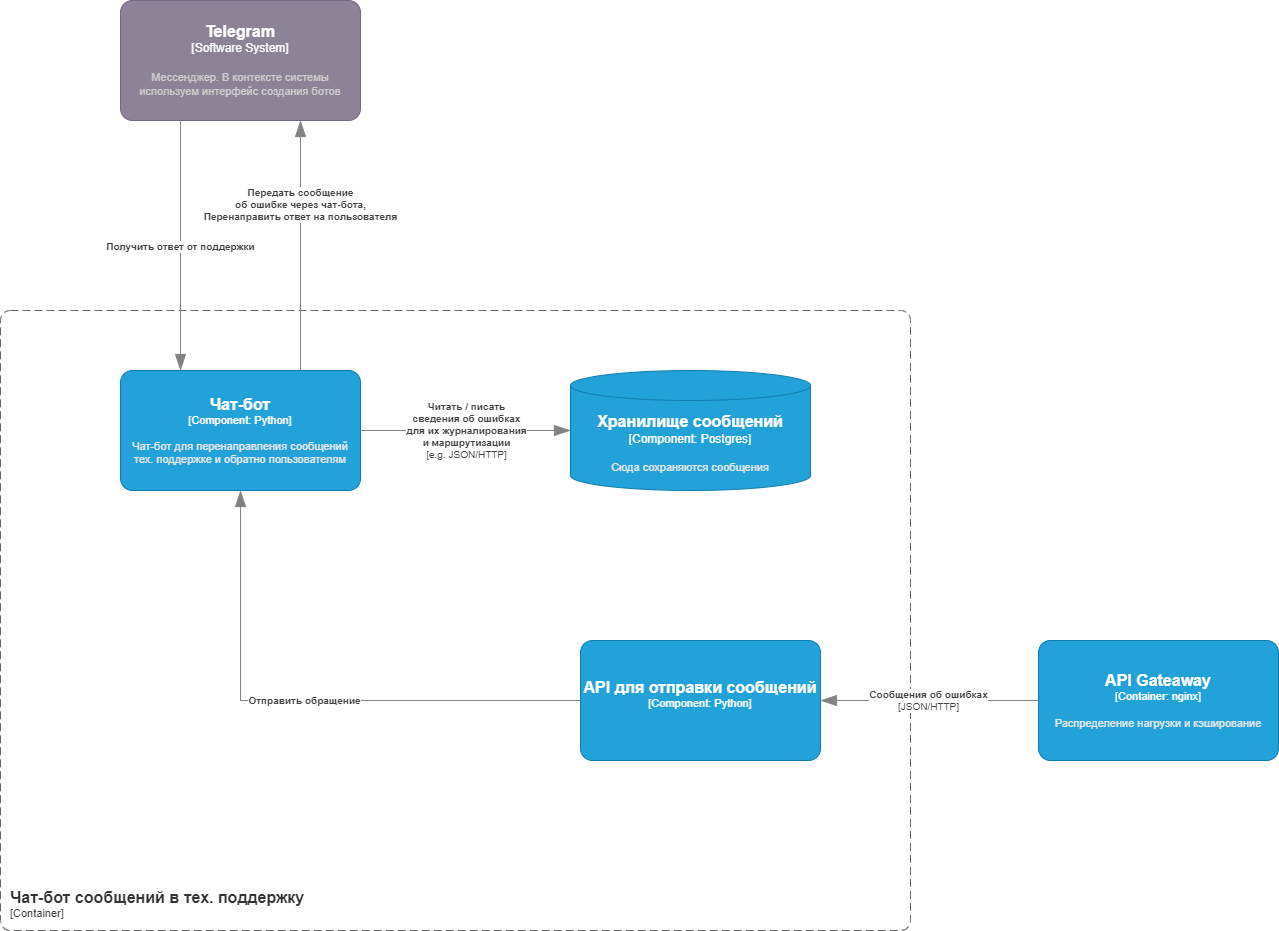
Before: Lab Work №2/docs/SSAD 2-4.png, a diagram exported from draw.io (yunas-x/Diploma). Source tidied: cells renumbered, new cells last; positions are measured from the earlier drawing's top-left corner, leaving out a move shared by most shapes. The source it was exported from:
```xml
<mxGraphModel>
  <root>
    <mxCell id="0" />
    <mxCell id="1" parent="0" />
    <object id="2" label="&lt;font style=&quot;font-size: 16px&quot;&gt;&lt;b&gt;&lt;div style=&quot;text-align: left&quot;&gt;%c4Name%&lt;/div&gt;&lt;/b&gt;&lt;/font&gt;&lt;div style=&quot;text-align: left&quot;&gt;[%c4Application%]&lt;/div&gt;" c4Application="Container" c4Name="Чат-бот сообщений в тех. поддержку" c4Type="ContainerScopeBoundary" placeholders="1">
      <mxCell style="rounded=1;fontSize=11;whiteSpace=wrap;html=1;dashed=1;arcSize=20;fillColor=none;strokeColor=#666666;fontColor=#333333;labelBackgroundColor=none;align=left;verticalAlign=bottom;labelBorderColor=none;spacingTop=0;spacing=10;dashPattern=8 4;perimeter=rectanglePerimeter;noLabel=0;labelPadding=0;absoluteArcSize=1;" parent="1" vertex="1">
        <mxGeometry y="310" width="910" height="620" as="geometry" />
      </mxCell>
    </object>
    <object id="3" label="&lt;font style=&quot;font-size: 16px&quot;&gt;&lt;b&gt;%c4Name%&lt;/b&gt;&lt;/font&gt;&lt;div&gt;[%c4Type%: %c4Technology%]&lt;/div&gt;&lt;br&gt;&lt;div&gt;&lt;font style=&quot;font-size: 11px&quot;&gt;&lt;font color=&quot;#E6E6E6&quot;&gt;%c4Description%&lt;/font&gt;&lt;/div&gt;" c4Description="Чат-бот для перенаправления сообщений тех. поддержке и обратно пользователям" c4Name="Чат-бот" c4Technology="Python" c4Type="Component" placeholders="1">
      <mxCell style="rounded=1;whiteSpace=wrap;html=1;fontSize=11;labelBackgroundColor=none;fillColor=#23A2D9;fontColor=#ffffff;align=center;arcSize=10;strokeColor=#0E7DAD;points=[[0.25,0,0],[0.5,0,0],[0.75,0,0],[1,0.25,0],[1,0.5,0],[1,0.75,0],[0.75,1,0],[0.5,1,0],[0.25,1,0],[0,0.75,0],[0,0.5,0],[0,0.25,0]];" parent="1" vertex="1">
        <mxGeometry x="120" y="370" width="240" height="120" as="geometry" />
      </mxCell>
    </object>
    <object id="4" label="&lt;font style=&quot;font-size: 16px&quot;&gt;&lt;b&gt;%c4Name%&lt;/b&gt;&lt;/font&gt;&lt;div&gt;[%c4Type%: %c4Technology%]&lt;/div&gt;&lt;br&gt;&lt;div&gt;&lt;font style=&quot;font-size: 11px&quot;&gt;&lt;font color=&quot;#E6E6E6&quot;&gt;%c4Description%&lt;/font&gt;&lt;/div&gt;" c4Description="" c4Name="API для отправки сообщений" c4Technology="Python" c4Type="Component" placeholders="1">
      <mxCell style="rounded=1;whiteSpace=wrap;html=1;fontSize=11;labelBackgroundColor=none;fillColor=#23A2D9;fontColor=#ffffff;align=center;arcSize=10;strokeColor=#0E7DAD;points=[[0.25,0,0],[0.5,0,0],[0.75,0,0],[1,0.25,0],[1,0.5,0],[1,0.75,0],[0.75,1,0],[0.5,1,0],[0.25,1,0],[0,0.75,0],[0,0.5,0],[0,0.25,0]];" parent="1" vertex="1">
        <mxGeometry x="580" y="640" width="240" height="120" as="geometry" />
      </mxCell>
    </object>
    <object id="5" label="&lt;font style=&quot;font-size: 16px&quot;&gt;&lt;b&gt;%c4Name%&lt;/b&gt;&lt;/font&gt;&lt;div&gt;[%c4Type%: %c4Technology%]&lt;/div&gt;&lt;br&gt;&lt;div&gt;&lt;font style=&quot;font-size: 11px&quot;&gt;&lt;font color=&quot;#E6E6E6&quot;&gt;%c4Description%&lt;/font&gt;&lt;/div&gt;" c4Description="Распределение нагрузки и кэширование" c4Name="API Gateaway" c4Technology="nginx" c4Type="Container" placeholders="1">
      <mxCell style="rounded=1;whiteSpace=wrap;html=1;fontSize=11;labelBackgroundColor=none;fillColor=#23A2D9;fontColor=#ffffff;align=center;arcSize=10;strokeColor=#0E7DAD;points=[[0.25,0,0],[0.5,0,0],[0.75,0,0],[1,0.25,0],[1,0.5,0],[1,0.75,0],[0.75,1,0],[0.5,1,0],[0.25,1,0],[0,0.75,0],[0,0.5,0],[0,0.25,0]];" parent="1" vertex="1">
        <mxGeometry x="1038" y="640" width="240" height="120" as="geometry" />
      </mxCell>
    </object>
    <object id="6" label="&lt;div style=&quot;text-align: left&quot;&gt;&lt;div style=&quot;text-align: center&quot;&gt;&lt;b&gt;%c4Description%&lt;/b&gt;&lt;/div&gt;&lt;div style=&quot;text-align: center&quot;&gt;[%c4Technology%]&lt;/div&gt;&lt;/div&gt;" c4Description="Сообщения об ошибках" c4Technology="JSON/HTTP" c4Type="Relationship" placeholders="1">
      <mxCell style="endArrow=blockThin;html=1;fontSize=10;fontColor=#404040;strokeWidth=1;endFill=1;strokeColor=#828282;elbow=vertical;endSize=14;startSize=14;jumpStyle=arc;jumpSize=16;rounded=0;edgeStyle=orthogonalEdgeStyle;" parent="1" edge="1" source="5" target="4">
        <mxGeometry relative="1" as="geometry" />
      </mxCell>
    </object>
    <object id="7" label="&lt;div style=&quot;text-align: left&quot;&gt;&lt;div style=&quot;text-align: center&quot;&gt;&lt;b&gt;%c4Description%&lt;/b&gt;&lt;/div&gt;" c4Description="Отправить обращение" c4Type="Relationship" placeholders="1">
      <mxCell style="endArrow=blockThin;html=1;fontSize=10;fontColor=#404040;strokeWidth=1;endFill=1;strokeColor=#828282;elbow=vertical;endSize=14;startSize=14;jumpStyle=arc;jumpSize=16;rounded=0;edgeStyle=orthogonalEdgeStyle;exitX=0;exitY=0.5;exitDx=0;exitDy=0;exitPerimeter=0;" parent="1" edge="1" source="4" target="3">
        <mxGeometry relative="1" as="geometry" />
      </mxCell>
    </object>
    <object id="8" label="&lt;font style=&quot;font-size: 16px&quot;&gt;&lt;b&gt;%c4Type%&lt;/b&gt;&lt;/font&gt;&lt;div&gt;[%c4Container%:&amp;nbsp;%c4Technology%]&lt;/div&gt;&lt;br&gt;&lt;div&gt;&lt;font style=&quot;font-size: 11px&quot;&gt;&lt;font color=&quot;#E6E6E6&quot;&gt;%c4Description%&lt;/font&gt;&lt;/div&gt;" c4Container="Component" c4Description="Сюда сохраняются сообщения" c4Technology="Postgres" c4Type="Хранилище сообщений" placeholders="1">
      <mxCell style="shape=cylinder3;size=15;whiteSpace=wrap;html=1;boundedLbl=1;rounded=0;labelBackgroundColor=none;fillColor=#23A2D9;fontSize=12;fontColor=#ffffff;align=center;strokeColor=#0E7DAD;points=[[0.5,0,0],[1,0.25,0],[1,0.5,0],[1,0.75,0],[0.5,1,0],[0,0.75,0],[0,0.5,0],[0,0.25,0]];" parent="1" vertex="1">
        <mxGeometry x="570" y="370" width="240" height="120" as="geometry" />
      </mxCell>
    </object>
    <object id="9" label="&lt;font style=&quot;font-size: 16px&quot;&gt;&lt;b&gt;%c4Name%&lt;/b&gt;&lt;/font&gt;&lt;div&gt;[%c4Type%]&lt;/div&gt;&lt;br&gt;&lt;div&gt;&lt;font style=&quot;font-size: 11px&quot;&gt;&lt;font color=&quot;#cccccc&quot;&gt;%c4Description%&lt;/font&gt;&lt;/div&gt;" c4Description="Мессенджер. В контексте системы используем интерфейс создания ботов" c4Name="Telegram" c4Type="Software System" placeholders="1">
      <mxCell style="rounded=1;whiteSpace=wrap;html=1;labelBackgroundColor=none;fillColor=#8C8496;fontColor=#ffffff;align=center;arcSize=10;strokeColor=#736782;points=[[0.25,0,0],[0.5,0,0],[0.75,0,0],[1,0.25,0],[1,0.5,0],[1,0.75,0],[0.75,1,0],[0.5,1,0],[0.25,1,0],[0,0.75,0],[0,0.5,0],[0,0.25,0]];" parent="1" vertex="1">
        <mxGeometry x="120" width="240" height="120" as="geometry" />
      </mxCell>
    </object>
    <object id="10" label="&lt;div style=&quot;text-align: left&quot;&gt;&lt;div style=&quot;text-align: center&quot;&gt;&lt;b&gt;%c4Description%&lt;/b&gt;&lt;/div&gt;" c4Description="Передать сообщение &#10;об ошибке через чат-бота, &#10;Перенаправить ответ на пользователя" c4Type="Relationship" placeholders="1">
      <mxCell style="endArrow=blockThin;html=1;fontSize=10;fontColor=#404040;strokeWidth=1;endFill=1;strokeColor=#828282;elbow=vertical;endSize=14;startSize=14;jumpStyle=arc;jumpSize=16;rounded=0;edgeStyle=orthogonalEdgeStyle;exitX=0.75;exitY=0;exitDx=0;exitDy=0;exitPerimeter=0;" parent="1" edge="1" source="3" target="9">
        <mxGeometry x="0.33" relative="1" as="geometry">
          <Array as="points">
            <mxPoint x="300" y="150" />
            <mxPoint x="300" y="150" />
          </Array>
        </mxGeometry>
      </mxCell>
    </object>
    <object id="11" label="&lt;div style=&quot;text-align: left&quot;&gt;&lt;div style=&quot;text-align: center&quot;&gt;&lt;b&gt;%c4Description%&lt;/b&gt;&lt;/div&gt;" c4Description="Получить ответ от поддержки" c4Type="Relationship" placeholders="1">
      <mxCell style="endArrow=blockThin;html=1;fontSize=10;fontColor=#404040;strokeWidth=1;endFill=1;strokeColor=#828282;elbow=vertical;endSize=14;startSize=14;jumpStyle=arc;jumpSize=16;rounded=0;edgeStyle=orthogonalEdgeStyle;entryX=0.25;entryY=0;entryDx=0;entryDy=0;entryPerimeter=0;" parent="1" edge="1" source="9" target="3">
        <mxGeometry relative="1" as="geometry">
          <Array as="points">
            <mxPoint x="180" y="40" />
            <mxPoint x="180" y="40" />
          </Array>
        </mxGeometry>
      </mxCell>
    </object>
    <object id="12" label="&lt;div style=&quot;text-align: left&quot;&gt;&lt;div style=&quot;text-align: center&quot;&gt;&lt;b&gt;%c4Description%&lt;/b&gt;&lt;/div&gt;&lt;div style=&quot;text-align: center&quot;&gt;[%c4Technology%]&lt;/div&gt;&lt;/div&gt;" c4Description="Читать / писать &#10;сведения об ошибках &#10;для их журналирования &#10;и маршрутизации" c4Technology="e.g. JSON/HTTP" c4Type="Relationship" placeholders="1">
      <mxCell style="endArrow=blockThin;html=1;fontSize=10;fontColor=#404040;strokeWidth=1;endFill=1;strokeColor=#828282;elbow=vertical;endSize=14;startSize=14;jumpStyle=arc;jumpSize=16;rounded=0;edgeStyle=orthogonalEdgeStyle;" parent="1" edge="1" source="3" target="8">
        <mxGeometry relative="1" as="geometry" />
      </mxCell>
    </object>
  </root>
</mxGraphModel>
```
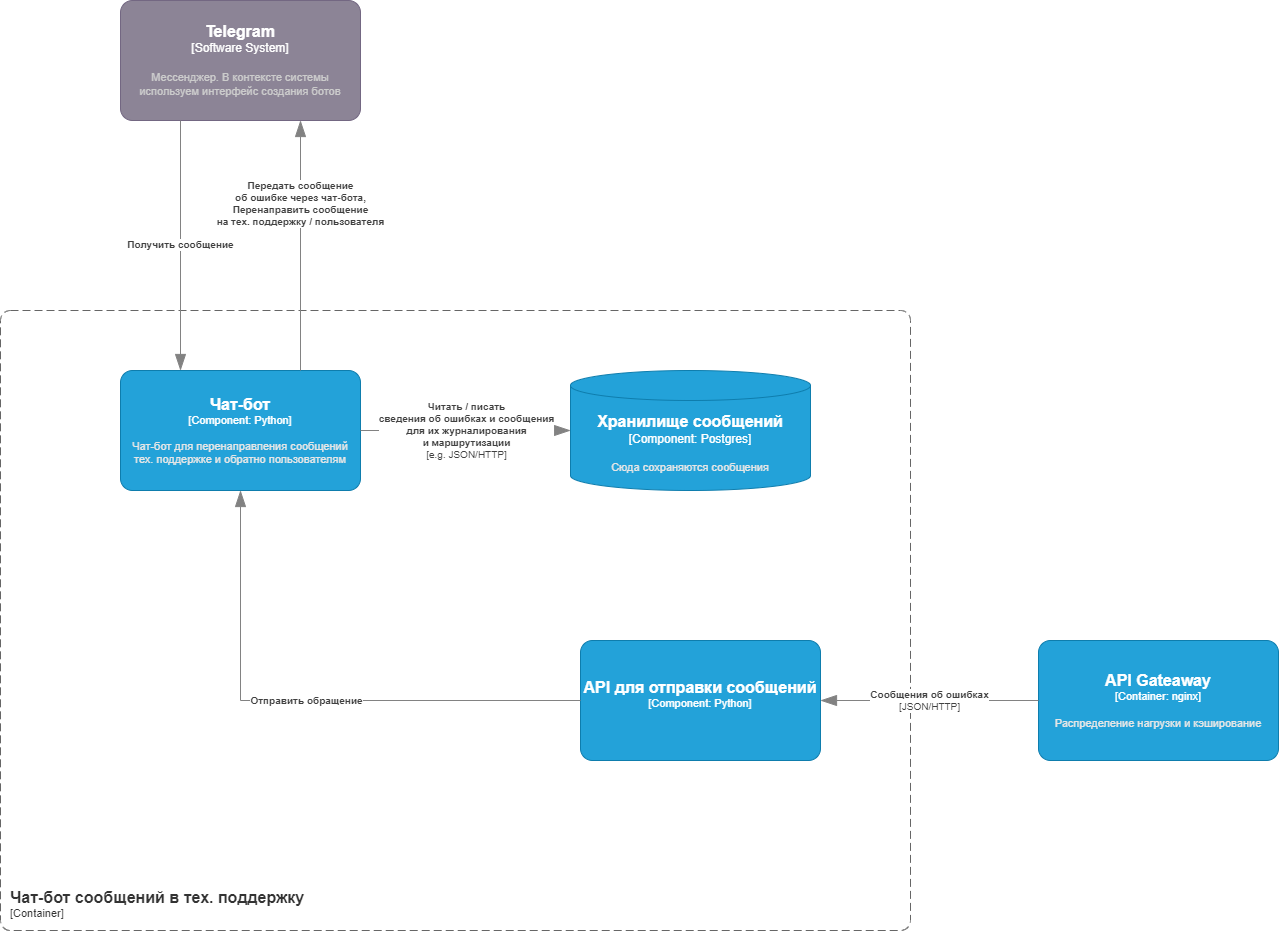
The same diagram one commit later.

The edit, as a diff of the source:
```diff
@@ -42,7 +42,7 @@
         <mxGeometry x="120" width="240" height="120" as="geometry" />
       </mxCell>
     </object>
-    <object id="10" label="&lt;div style=&quot;text-align: left&quot;&gt;&lt;div style=&quot;text-align: center&quot;&gt;&lt;b&gt;%c4Description%&lt;/b&gt;&lt;/div&gt;" c4Description="Передать сообщение &#10;об ошибке через чат-бота, &#10;Перенаправить ответ на пользователя" c4Type="Relationship" placeholders="1">
+    <object id="10" label="&lt;div style=&quot;text-align: left&quot;&gt;&lt;div style=&quot;text-align: center&quot;&gt;&lt;b&gt;%c4Description%&lt;/b&gt;&lt;/div&gt;" c4Description="Передать сообщение &#10;об ошибке через чат-бота,&#10;Перенаправить сообщение&#10;на тех. поддержку / пользователя" c4Type="Relationship" placeholders="1">
       <mxCell style="endArrow=blockThin;html=1;fontSize=10;fontColor=#404040;strokeWidth=1;endFill=1;strokeColor=#828282;elbow=vertical;endSize=14;startSize=14;jumpStyle=arc;jumpSize=16;rounded=0;edgeStyle=orthogonalEdgeStyle;exitX=0.75;exitY=0;exitDx=0;exitDy=0;exitPerimeter=0;" parent="1" edge="1" source="3" target="9">
         <mxGeometry x="0.33" relative="1" as="geometry">
           <Array as="points">
@@ -52,7 +52,7 @@
         </mxGeometry>
       </mxCell>
     </object>
-    <object id="11" label="&lt;div style=&quot;text-align: left&quot;&gt;&lt;div style=&quot;text-align: center&quot;&gt;&lt;b&gt;%c4Description%&lt;/b&gt;&lt;/div&gt;" c4Description="Получить ответ от поддержки" c4Type="Relationship" placeholders="1">
+    <object id="11" label="&lt;div style=&quot;text-align: left&quot;&gt;&lt;div style=&quot;text-align: center&quot;&gt;&lt;b&gt;%c4Description%&lt;/b&gt;&lt;/div&gt;" c4Description="Получить сообщение" c4Type="Relationship" placeholders="1">
       <mxCell style="endArrow=blockThin;html=1;fontSize=10;fontColor=#404040;strokeWidth=1;endFill=1;strokeColor=#828282;elbow=vertical;endSize=14;startSize=14;jumpStyle=arc;jumpSize=16;rounded=0;edgeStyle=orthogonalEdgeStyle;entryX=0.25;entryY=0;entryDx=0;entryDy=0;entryPerimeter=0;" parent="1" edge="1" source="9" target="3">
         <mxGeometry relative="1" as="geometry">
           <Array as="points">
@@ -62,7 +62,7 @@
         </mxGeometry>
       </mxCell>
     </object>
-    <object id="12" label="&lt;div style=&quot;text-align: left&quot;&gt;&lt;div style=&quot;text-align: center&quot;&gt;&lt;b&gt;%c4Description%&lt;/b&gt;&lt;/div&gt;&lt;div style=&quot;text-align: center&quot;&gt;[%c4Technology%]&lt;/div&gt;&lt;/div&gt;" c4Description="Читать / писать &#10;сведения об ошибках &#10;для их журналирования &#10;и маршрутизации" c4Technology="e.g. JSON/HTTP" c4Type="Relationship" placeholders="1">
+    <object id="12" label="&lt;div style=&quot;text-align: left&quot;&gt;&lt;div style=&quot;text-align: center&quot;&gt;&lt;b&gt;%c4Description%&lt;/b&gt;&lt;/div&gt;&lt;div style=&quot;text-align: center&quot;&gt;[%c4Technology%]&lt;/div&gt;&lt;/div&gt;" c4Description="Читать / писать &#10;сведения об ошибках и сообщения&#10;для их журналирования &#10;и маршрутизации" c4Technology="e.g. JSON/HTTP" c4Type="Relationship" placeholders="1">
       <mxCell style="endArrow=blockThin;html=1;fontSize=10;fontColor=#404040;strokeWidth=1;endFill=1;strokeColor=#828282;elbow=vertical;endSize=14;startSize=14;jumpStyle=arc;jumpSize=16;rounded=0;edgeStyle=orthogonalEdgeStyle;" parent="1" edge="1" source="3" target="8">
         <mxGeometry relative="1" as="geometry" />
       </mxCell>
```
